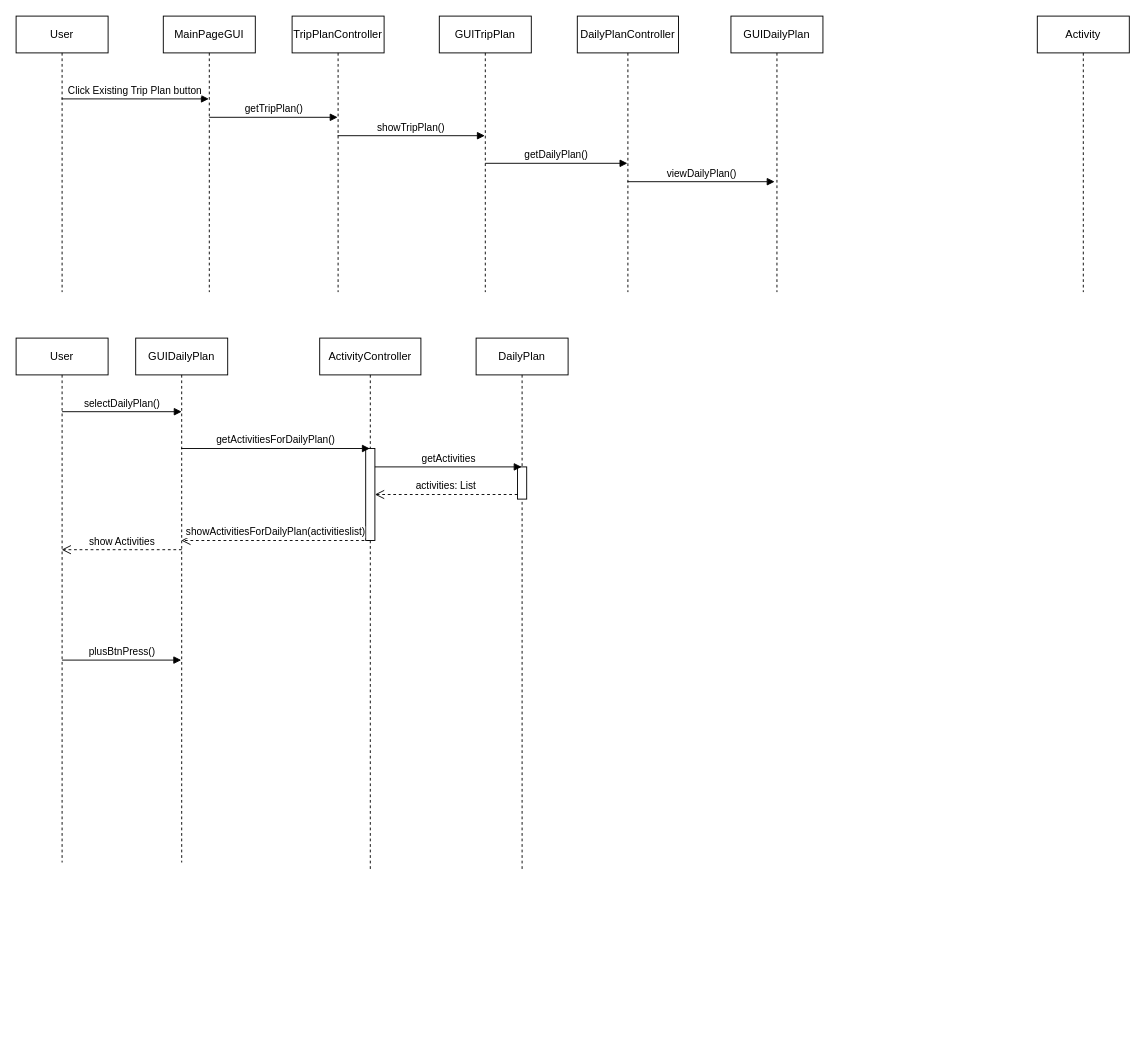
n1kolpap/TripTrail keeps this draw.io diagram as page "sequenceDailyPlan" (2 of 10) of Part2/Class Diagrams/BEC diagram.drawio. Above is the earlier version. Source tidied: cells renumbered, new cells numbered last; positions are measured from the earlier drawing's top-left corner, leaving out a move shared by most shapes. Both pictures are drawn from the tidied source at 92%, with x=0, y=0 at pixel (16, 16).
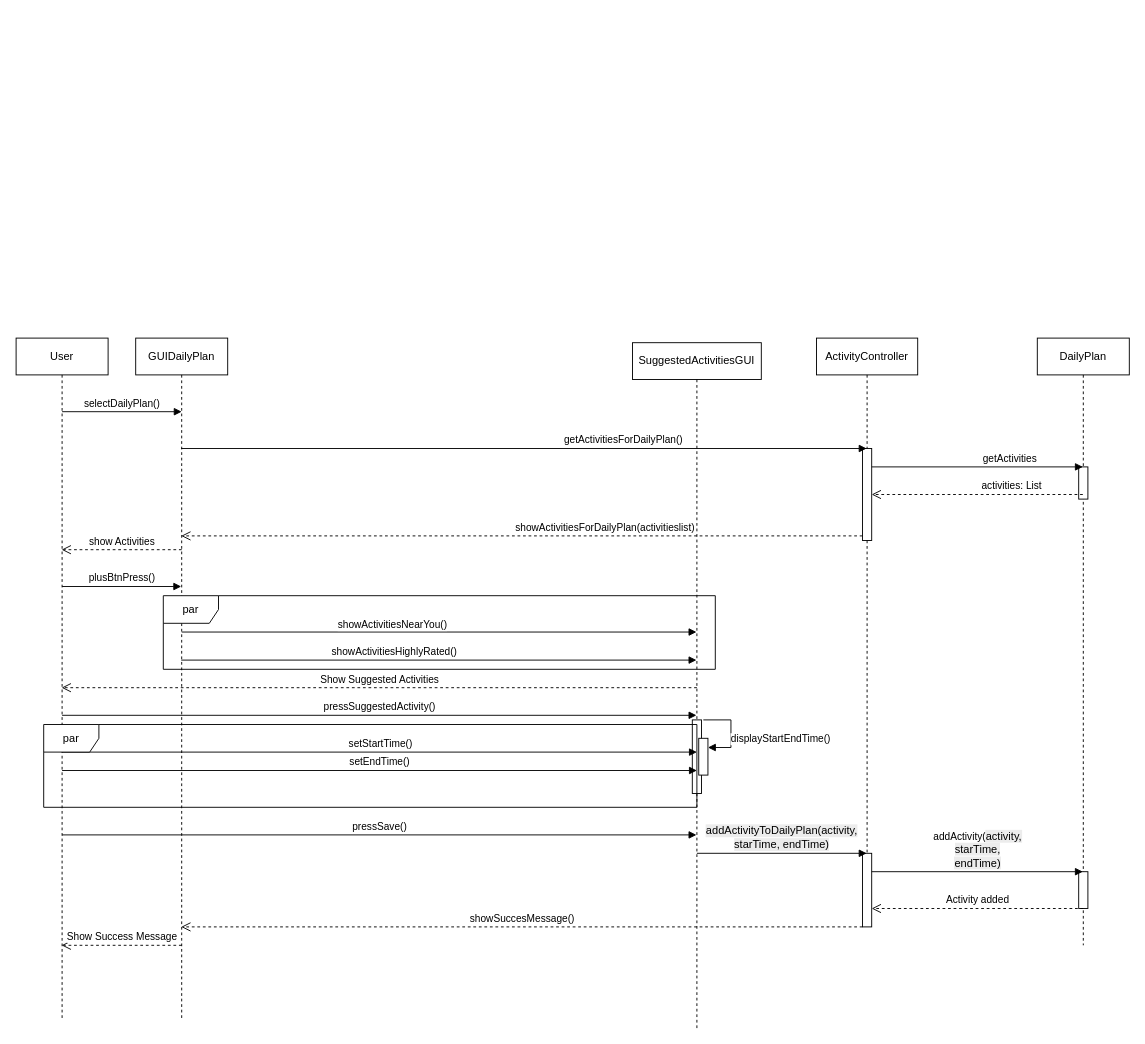
The same page after the edit.

The change refers to these unchanged cells:
```xml
<mxCell id="9" style="html=1;points=[[0,0,0,0,5],[0,1,0,0,-5],[1,0,0,0,5],[1,1,0,0,-5]];perimeter=orthogonalPerimeter;outlineConnect=0;targetShapes=umlLifeline;portConstraint=eastwest;newEdgeStyle={&quot;curved&quot;:0,&quot;rounded&quot;:0};" parent="8" vertex="1">
  <mxGeometry x="45" y="140" width="10" height="35" as="geometry" />
</mxCell>
<mxCell id="19" style="html=1;points=[[0,0,0,0,5],[0,1,0,0,-5],[1,0,0,0,5],[1,1,0,0,-5]];perimeter=orthogonalPerimeter;outlineConnect=0;targetShapes=umlLifeline;portConstraint=eastwest;newEdgeStyle={&quot;curved&quot;:0,&quot;rounded&quot;:0};" parent="18" vertex="1">
  <mxGeometry x="50" y="120" width="10" height="100" as="geometry" />
</mxCell>
```

What changed in the source:
```diff
@@
-    <mxCell id="2" value="User" style="shape=umlLifeline;perimeter=lifelinePerimeter;whiteSpace=wrap;html=1;newEdgeStyle={&quot;curved&quot;:0,&quot;rounded&quot;:0};" parent="1" vertex="1">
-      <mxGeometry width="100" height="300" as="geometry" />
-    </mxCell>
-    <mxCell id="3" value="GUITripPlan" style="shape=umlLifeline;perimeter=lifelinePerimeter;whiteSpace=wrap;html=1;newEdgeStyle={&quot;curved&quot;:0,&quot;rounded&quot;:0};" parent="1" vertex="1">
-      <mxGeometry x="460" width="100" height="300" as="geometry" />
-    </mxCell>
-    <mxCell id="4" value="MainPageGUI" style="shape=umlLifeline;perimeter=lifelinePerimeter;whiteSpace=wrap;html=1;newEdgeStyle={&quot;curved&quot;:0,&quot;rounded&quot;:0};" parent="1" vertex="1">
-      <mxGeometry x="160" width="100" height="300" as="geometry" />
-    </mxCell>
-    <mxCell id="5" value="GUIDailyPlan" style="shape=umlLifeline;perimeter=lifelinePerimeter;whiteSpace=wrap;html=1;newEdgeStyle={&quot;curved&quot;:0,&quot;rounded&quot;:0};" parent="1" vertex="1">
-      <mxGeometry x="777" width="100" height="300" as="geometry" />
-    </mxCell>
-    <mxCell id="6" value="DailyPlanController" style="shape=umlLifeline;perimeter=lifelinePerimeter;whiteSpace=wrap;html=1;outlineConnect=0;portConstraint=eastwest;newEdgeStyle={&quot;curved&quot;:0,&quot;rounded&quot;:0};" parent="1" vertex="1">
-      <mxGeometry x="610" width="110" height="300" as="geometry" />
-    </mxCell>
     <mxCell id="7" value="GUIDailyPlan" style="shape=umlLifeline;perimeter=lifelinePerimeter;whiteSpace=wrap;html=1;outlineConnect=0;portConstraint=eastwest;newEdgeStyle={&quot;curved&quot;:0,&quot;rounded&quot;:0};" parent="1" vertex="1">
-      <mxGeometry x="130" y="350" width="100" height="570" as="geometry" />
+      <mxGeometry x="130" y="350" width="100" height="740" as="geometry" />
     </mxCell>
     <mxCell id="8" value="DailyPlan" style="shape=umlLifeline;perimeter=lifelinePerimeter;whiteSpace=wrap;html=1;newEdgeStyle={&quot;curved&quot;:0,&quot;rounded&quot;:0};" parent="1" vertex="1">
-      <mxGeometry x="500" y="350" width="100" height="580" as="geometry" />
+      <mxGeometry x="1110" y="350" width="100" height="660" as="geometry" />
     </mxCell>
@@
-    <mxCell id="10" value="Activity" style="shape=umlLifeline;perimeter=lifelinePerimeter;whiteSpace=wrap;html=1;newEdgeStyle={&quot;curved&quot;:0,&quot;rounded&quot;:0};" parent="1" vertex="1">
-      <mxGeometry x="1110" width="100" height="300" as="geometry" />
-    </mxCell>
-    <mxCell id="11" value="Click Existing Trip Plan button" style="html=1;verticalAlign=bottom;endArrow=block;curved=0;rounded=0;" parent="1" edge="1">
-      <mxGeometry relative="1" as="geometry">
-        <mxPoint x="49.4" y="90" as="sourcePoint" />
-        <mxPoint x="209.5" y="90" as="targetPoint" />
-      </mxGeometry>
-    </mxCell>
-    <mxCell id="12" value="TripPlanController" style="shape=umlLifeline;perimeter=lifelinePerimeter;whiteSpace=wrap;html=1;outlineConnect=0;portConstraint=eastwest;newEdgeStyle={&quot;curved&quot;:0,&quot;rounded&quot;:0};" parent="1" vertex="1">
-      <mxGeometry x="300" width="100" height="300" as="geometry" />
-    </mxCell>
-    <mxCell id="13" value="getTripPlan()" style="html=1;verticalAlign=bottom;endArrow=block;curved=0;rounded=0;" parent="1" edge="1" target="12">
-      <mxGeometry relative="1" as="geometry">
-        <mxPoint x="210" y="110" as="sourcePoint" />
-      </mxGeometry>
-    </mxCell>
-    <mxCell id="14" value="showTripPlan()" style="html=1;verticalAlign=bottom;endArrow=block;curved=0;rounded=0;" parent="1" edge="1">
-      <mxGeometry relative="1" as="geometry">
-        <mxPoint x="349.4" y="130" as="sourcePoint" />
-        <mxPoint x="509.5" y="130" as="targetPoint" />
-      </mxGeometry>
-    </mxCell>
-    <mxCell id="15" value="viewDailyPlan()" style="html=1;verticalAlign=bottom;endArrow=block;curved=0;rounded=0;" parent="1" edge="1" source="6">
-      <mxGeometry relative="1" as="geometry">
-        <mxPoint x="824.5" y="180" as="targetPoint" />
-      </mxGeometry>
-    </mxCell>
-    <mxCell id="16" value="getDailyPlan()" style="html=1;verticalAlign=bottom;endArrow=block;curved=0;rounded=0;" parent="1" edge="1" target="6">
-      <mxGeometry relative="1" as="geometry">
-        <mxPoint x="510" y="160" as="sourcePoint" />
-      </mxGeometry>
-    </mxCell>
+    <mxCell id="27" style="html=1;perimeter=orthogonalPerimeter;targetShapes=umlLifeline;newEdgeStyle={&quot;curved&quot;:0,&quot;rounded&quot;:0};" parent="8" vertex="1">
+      <mxGeometry x="45" y="580" width="10" height="40" as="geometry" />
+    </mxCell>
     <mxCell id="17" value="User" style="shape=umlLifeline;perimeter=lifelinePerimeter;whiteSpace=wrap;html=1;outlineConnect=0;portConstraint=eastwest;newEdgeStyle={&quot;curved&quot;:0,&quot;rounded&quot;:0};" parent="1" vertex="1">
-      <mxGeometry y="350" width="100" height="570" as="geometry" />
+      <mxGeometry y="350" width="100" height="740" as="geometry" />
     </mxCell>
     <mxCell id="18" value="ActivityController" style="shape=umlLifeline;perimeter=lifelinePerimeter;whiteSpace=wrap;html=1;outlineConnect=0;portConstraint=eastwest;newEdgeStyle={&quot;curved&quot;:0,&quot;rounded&quot;:0};" parent="1" vertex="1">
-      <mxGeometry x="330" y="350" width="110" height="580" as="geometry" />
+      <mxGeometry x="870" y="350" width="110" height="640" as="geometry" />
     </mxCell>
@@
+    <mxCell id="28" style="html=1;points=[[0,0,0,0,5],[0,1,0,0,-5],[1,0,0,0,5],[1,1,0,0,-5]];perimeter=orthogonalPerimeter;outlineConnect=0;targetShapes=umlLifeline;portConstraint=eastwest;newEdgeStyle={&quot;curved&quot;:0,&quot;rounded&quot;:0};" parent="18" vertex="1">
+      <mxGeometry x="50" y="560" width="10" height="80" as="geometry" />
+    </mxCell>
-    <mxCell id="20" value="getActivitiesForDailyPlan()" style="html=1;verticalAlign=bottom;endArrow=block;curved=0;rounded=0;" parent="1" edge="1">
-      <mxGeometry relative="1" as="geometry">
+    <mxCell id="20" value="getActivitiesForDailyPlan()" style="html=1;verticalAlign=bottom;endArrow=block;curved=0;rounded=0;" parent="1" edge="1" target="18">
+      <mxGeometry x="0.29" relative="1" as="geometry">
         <mxPoint x="179.4" y="470" as="sourcePoint" />
-        <mxPoint x="384.5" y="470" as="targetPoint" />
       </mxGeometry>
     </mxCell>
@@
-    <mxCell id="22" value="getActivities" style="html=1;verticalAlign=bottom;endArrow=block;curved=0;rounded=0;exitX=1;exitY=0.294;exitDx=0;exitDy=0;exitPerimeter=0;" parent="1" edge="1">
-      <mxGeometry relative="1" as="geometry">
-        <mxPoint x="390" y="490" as="sourcePoint" />
-        <mxPoint x="549.5" y="490" as="targetPoint" />
+    <mxCell id="22" value="getActivities" style="html=1;verticalAlign=bottom;endArrow=block;curved=0;rounded=0;" parent="1" edge="1" source="19">
+      <mxGeometry x="0.31" relative="1" as="geometry">
+        <mxPoint x="1159.5" y="490" as="targetPoint" />
       </mxGeometry>
     </mxCell>
-    <mxCell id="23" value="activities: List" style="html=1;verticalAlign=bottom;endArrow=open;dashed=1;endSize=8;curved=0;rounded=0;exitX=0;exitY=1;exitDx=0;exitDy=-5;exitPerimeter=0;" parent="1" edge="1" source="9" target="19">
-      <mxGeometry relative="1" as="geometry" />
+    <mxCell id="23" value="activities: List" style="html=1;verticalAlign=bottom;endArrow=open;dashed=1;endSize=8;curved=0;rounded=0;" parent="1" edge="1" target="19">
+      <mxGeometry x="-0.31" relative="1" as="geometry">
+        <mxPoint x="1159.5" y="520" as="sourcePoint" />
+        <mxPoint x="1" as="offset" />
+      </mxGeometry>
     </mxCell>
-    <mxCell id="24" value="showActivitiesForDailyPlan(activitieslist)" style="html=1;verticalAlign=bottom;endArrow=open;dashed=1;endSize=8;curved=0;rounded=0;" parent="1" edge="1" target="7">
-      <mxGeometry relative="1" as="geometry">
-        <mxPoint x="384.5" y="570" as="sourcePoint" />
+    <mxCell id="24" value="showActivitiesForDailyPlan(activitieslist)" style="html=1;verticalAlign=bottom;endArrow=open;dashed=1;endSize=8;curved=0;rounded=0;exitX=0;exitY=1;exitDx=0;exitDy=-5;exitPerimeter=0;" parent="1" edge="1" source="19" target="7">
+      <mxGeometry x="-0.24" relative="1" as="geometry">
+        <mxPoint x="1" as="offset" />
       </mxGeometry>
     </mxCell>
@@
-    <mxCell id="26" value="plusBtnPress()" style="html=1;verticalAlign=bottom;endArrow=block;curved=0;rounded=0;" parent="1" edge="1" target="7">
+    <mxCell id="26" value="plusBtnPress()" style="html=1;verticalAlign=bottom;endArrow=block;curved=0;rounded=0;" parent="1" edge="1">
       <mxGeometry relative="1" as="geometry">
-        <mxPoint x="50" y="700" as="sourcePoint" />
+        <mxPoint x="50" y="620" as="sourcePoint" />
+        <mxPoint x="179.5" y="620" as="targetPoint" />
       </mxGeometry>
     </mxCell>
+    <mxCell id="29" value="showActivitiesNearYou()" style="html=1;verticalAlign=bottom;endArrow=block;curved=0;rounded=0;" parent="1" edge="1">
+      <mxGeometry x="-0.18" relative="1" as="geometry">
+        <mxPoint x="180" y="669.5" as="sourcePoint" />
+        <mxPoint x="739.5" y="669.5" as="targetPoint" />
+        <mxPoint y="1" as="offset" />
+      </mxGeometry>
+    </mxCell>
+    <mxCell id="30" value="SuggestedActivitiesGUI" style="shape=umlLifeline;perimeter=lifelinePerimeter;whiteSpace=wrap;html=1;outlineConnect=0;portConstraint=eastwest;newEdgeStyle={&quot;curved&quot;:0,&quot;rounded&quot;:0};" parent="1" vertex="1">
+      <mxGeometry x="670" y="355" width="140" height="745" as="geometry" />
+    </mxCell>
+    <mxCell id="31" style="html=1;perimeter=orthogonalPerimeter;targetShapes=umlLifeline;newEdgeStyle={&quot;curved&quot;:0,&quot;rounded&quot;:0};" parent="30" vertex="1">
+      <mxGeometry x="65" y="410" width="10" height="80" as="geometry" />
+    </mxCell>
+    <mxCell id="32" style="html=1;points=[[0,0,0,0,5],[0,1,0,0,-5],[1,0,0,0,5],[1,1,0,0,-5]];perimeter=orthogonalPerimeter;outlineConnect=0;targetShapes=umlLifeline;portConstraint=eastwest;newEdgeStyle={&quot;curved&quot;:0,&quot;rounded&quot;:0};" parent="30" vertex="1">
+      <mxGeometry x="72" y="430" width="10" height="40" as="geometry" />
+    </mxCell>
+    <mxCell id="33" style="html=1;align=left;spacingLeft=2;endArrow=block;rounded=0;edgeStyle=orthogonalEdgeStyle;curved=0;rounded=0;" parent="30" edge="1" target="32">
+      <mxGeometry relative="1" as="geometry">
+        <mxPoint x="77" y="410" as="sourcePoint" />
+        <Array as="points">
+          <mxPoint x="107" y="440" />
+        </Array>
+      </mxGeometry>
+    </mxCell>
+    <mxCell id="34" value="displayStartEndTime()" style="edgeLabel;html=1;align=center;verticalAlign=middle;" parent="33" vertex="1">
+      <mxGeometry x="-0.12" y="3" relative="1" as="geometry">
+        <mxPoint x="50" y="13" as="offset" />
+      </mxGeometry>
+    </mxCell>
+    <mxCell id="35" value="showActivitiesHighlyRated()" style="html=1;verticalAlign=bottom;endArrow=block;curved=0;rounded=0;" parent="1" edge="1">
+      <mxGeometry x="-0.18" relative="1" as="geometry">
+        <mxPoint x="179.5" y="700" as="sourcePoint" />
+        <mxPoint x="739.5" y="700" as="targetPoint" />
+        <mxPoint x="1" as="offset" />
+      </mxGeometry>
+    </mxCell>
+    <mxCell id="36" value="par" style="shape=umlFrame;whiteSpace=wrap;html=1;" parent="1" vertex="1">
+      <mxGeometry x="160" y="630" width="600" height="80" as="geometry" />
+    </mxCell>
+    <mxCell id="37" value="Show Suggested Activities" style="html=1;verticalAlign=bottom;endArrow=open;dashed=1;endSize=8;curved=0;rounded=0;" parent="1" edge="1" target="17">
+      <mxGeometry relative="1" as="geometry">
+        <mxPoint x="740" y="730" as="sourcePoint" />
+      </mxGeometry>
+    </mxCell>
+    <mxCell id="38" value="pressSuggestedActivity()" style="html=1;verticalAlign=bottom;endArrow=block;curved=0;rounded=0;" parent="1" edge="1" target="30">
+      <mxGeometry relative="1" as="geometry">
+        <mxPoint x="50" y="760" as="sourcePoint" />
+      </mxGeometry>
+    </mxCell>
+    <mxCell id="39" value="setStartTime()" style="html=1;verticalAlign=bottom;endArrow=block;curved=0;rounded=0;" parent="1" edge="1">
+      <mxGeometry relative="1" as="geometry">
+        <mxPoint x="50.5" y="800" as="sourcePoint" />
+        <mxPoint x="740" y="800" as="targetPoint" />
+      </mxGeometry>
+    </mxCell>
+    <mxCell id="40" value="setEndTime()" style="html=1;verticalAlign=bottom;endArrow=block;curved=0;rounded=0;" parent="1" edge="1">
+      <mxGeometry relative="1" as="geometry">
+        <mxPoint x="50" y="820" as="sourcePoint" />
+        <mxPoint x="740" y="820" as="targetPoint" />
+      </mxGeometry>
+    </mxCell>
+    <mxCell id="41" value="par" style="shape=umlFrame;whiteSpace=wrap;html=1;" parent="1" vertex="1">
+      <mxGeometry x="30" y="770" width="710" height="90" as="geometry" />
+    </mxCell>
+    <mxCell id="42" value="pressSave()" style="html=1;verticalAlign=bottom;endArrow=block;curved=0;rounded=0;" parent="1" edge="1" target="30">
+      <mxGeometry relative="1" as="geometry">
+        <mxPoint x="50" y="890" as="sourcePoint" />
+      </mxGeometry>
+    </mxCell>
+    <mxCell id="43" value="&lt;span style=&quot;font-size: 12px; text-align: left; text-wrap-mode: wrap; background-color: rgb(236, 236, 236);&quot;&gt;addActivityToDailyPlan(activity, starTime, endTime)&lt;/span&gt;" style="html=1;verticalAlign=bottom;endArrow=block;curved=0;rounded=0;" parent="1" edge="1" target="18">
+      <mxGeometry relative="1" as="geometry">
+        <mxPoint x="740" y="910" as="sourcePoint" />
+      </mxGeometry>
+    </mxCell>
+    <mxCell id="44" value="addActivity(&lt;span style=&quot;font-size: 12px; text-align: left; text-wrap-mode: wrap; background-color: rgb(236, 236, 236);&quot;&gt;activity, starTime, endTime)&lt;/span&gt;" style="html=1;verticalAlign=bottom;endArrow=block;curved=0;rounded=0;" parent="1" edge="1">
+      <mxGeometry relative="1" as="geometry">
+        <mxPoint x="930" y="930" as="sourcePoint" />
+        <mxPoint x="1159.5" y="930" as="targetPoint" />
+      </mxGeometry>
+    </mxCell>
+    <mxCell id="45" value="Activity added" style="html=1;verticalAlign=bottom;endArrow=open;dashed=1;endSize=8;curved=0;rounded=0;" parent="1" edge="1" target="28">
+      <mxGeometry relative="1" as="geometry">
+        <mxPoint x="1160" y="970" as="sourcePoint" />
+      </mxGeometry>
+    </mxCell>
+    <mxCell id="46" value="showSuccesMessage()" style="html=1;verticalAlign=bottom;endArrow=open;dashed=1;endSize=8;curved=0;rounded=0;" parent="1" edge="1" target="7">
+      <mxGeometry relative="1" as="geometry">
+        <mxPoint x="920" y="990" as="sourcePoint" />
+      </mxGeometry>
+    </mxCell>
+    <mxCell id="47" value="Show Success Message" style="html=1;verticalAlign=bottom;endArrow=open;dashed=1;endSize=8;curved=0;rounded=0;" parent="1" edge="1" target="17">
+      <mxGeometry relative="1" as="geometry">
+        <mxPoint x="180" y="1010" as="sourcePoint" />
+      </mxGeometry>
+    </mxCell>
```
